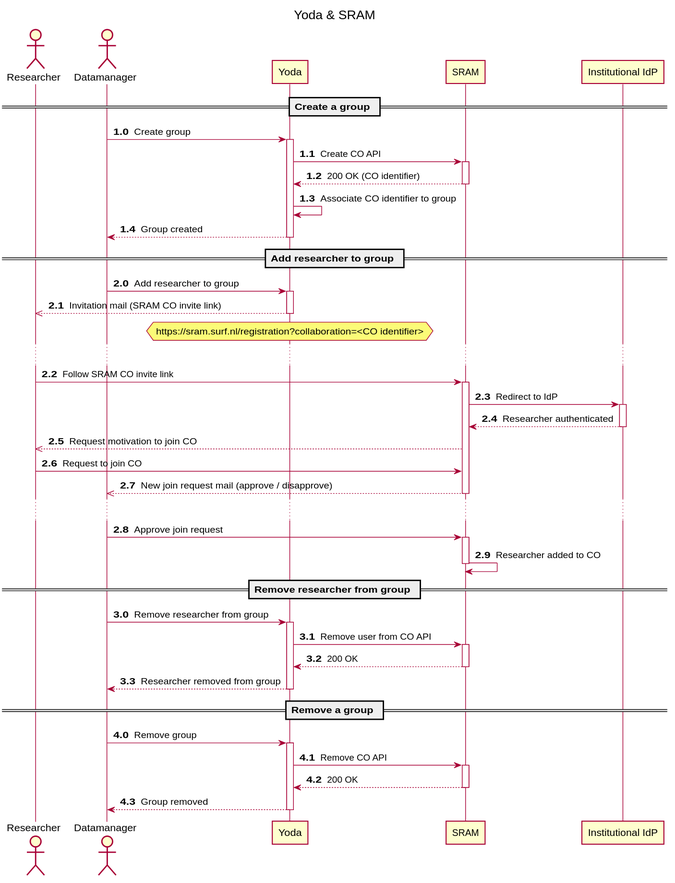
The PlantUML diagram docs/development/img/yoda-sram.svg in UtrechtUniversity/yoda, before a commit.
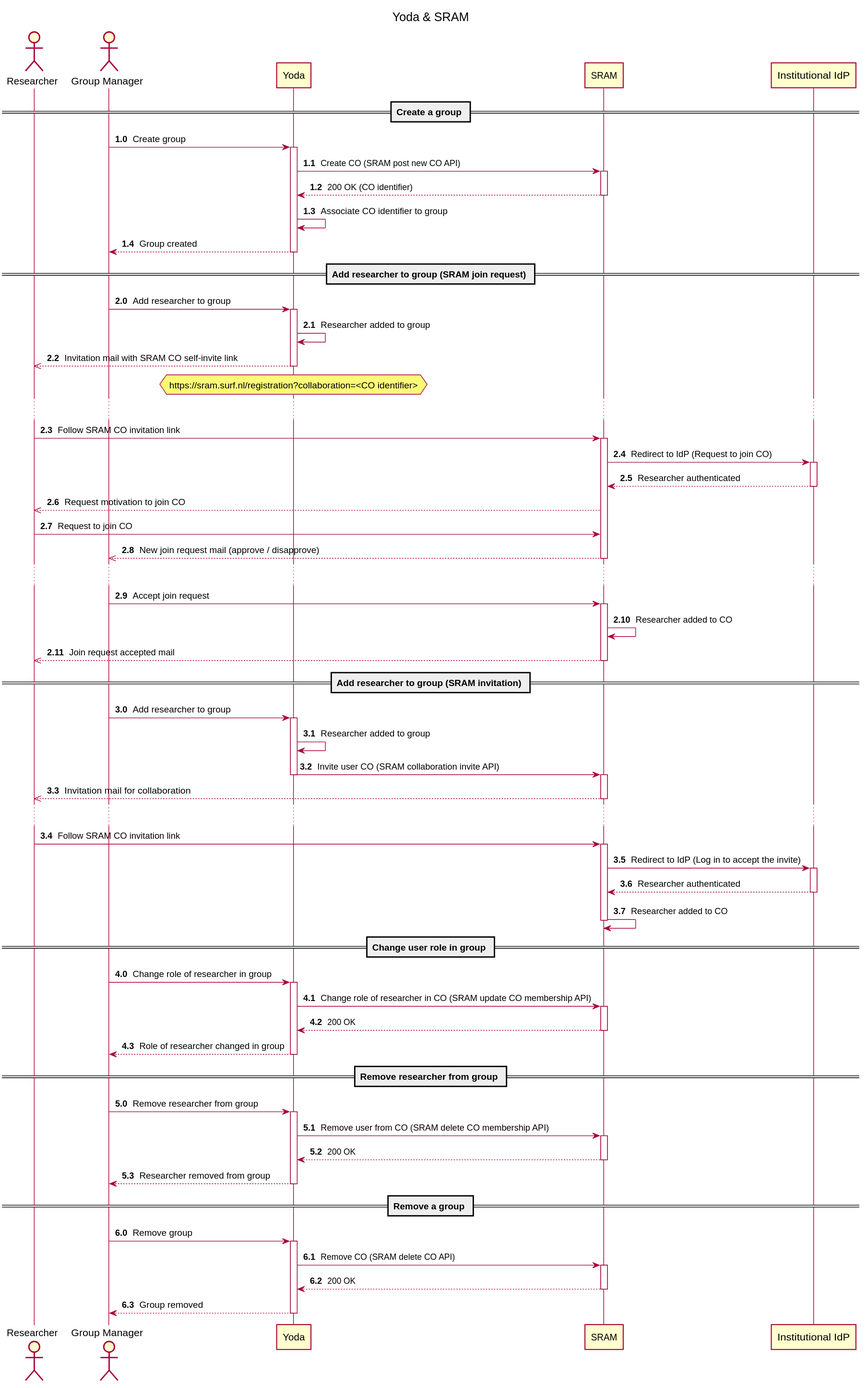
Later version of the same file.

Commit message:
SRAM: updated and added invitation flow

Change to the diagram source:
```diff
@@ -5,69 +5,102 @@
 title Yoda & SRAM
 
 actor       Researcher          as researcher
-actor       Datamanager         as datamanager
+actor       "Group Manager"     as groupmanager
 participant Yoda                as yoda
 participant SRAM                as SRAM
 participant "Institutional IdP" as IdP
 
 == Create a group ==
 autonumber 1.0
-datamanager  -> yoda        : Create group
+groupmanager  -> yoda        : Create group
 activate yoda
-yoda         -> SRAM        : Create CO API
+yoda         -> SRAM        : Create CO (SRAM post new CO API)
 activate SRAM
 SRAM        --> yoda        : 200 OK (CO identifier)
 deactivate SRAM
 yoda         -> yoda        : Associate CO identifier to group
-yoda        --> datamanager : Group created
+yoda        --> groupmanager : Group created
 deactivate yoda
 
-== Add researcher to group ==
+== Add researcher to group (SRAM join request) ==
 autonumber 2.0
-datamanager  -> yoda        : Add researcher to group
+groupmanager  -> yoda        : Add researcher to group
 activate yoda
-yoda       -->> researcher  : Invitation mail (SRAM CO invite link)
+yoda         -> yoda        : Researcher added to group
+yoda       -->> researcher  : Invitation mail with SRAM CO self-invite link
 deactivate yoda
 hnote over yoda
     https://sram.surf.nl/registration?collaboration=<CO identifier>
 endhnote
 ...
-researcher   -> SRAM        : Follow SRAM CO invite link
+researcher   -> SRAM        : Follow SRAM CO invitation link
 activate SRAM
-SRAM         -> IdP         : Redirect to IdP
+SRAM         -> IdP         : Redirect to IdP (Request to join CO)
 activate IdP
 IdP         --> SRAM        : Researcher authenticated
 deactivate IdP
 SRAM       -->> researcher  : Request motivation to join CO
 researcher   -> SRAM        : Request to join CO
-SRAM       -->> datamanager : New join request mail (approve / disapprove)
+SRAM       -->> groupmanager : New join request mail (approve / disapprove)
 deactivate SRAM
 ...
-datamanager  -> SRAM        : Approve join request
+groupmanager  -> SRAM        : Accept join request
 activate SRAM
+SRAM         -> SRAM        : Researcher added to CO
+SRAM       -->> researcher  : Join request accepted mail
+deactivate SRAM
+
+== Add researcher to group (SRAM invitation) ==
+autonumber 3.0
+groupmanager  -> yoda        : Add researcher to group
+activate yoda
+yoda         -> yoda        : Researcher added to group
+yoda         -> SRAM        : Invite user CO (SRAM collaboration invite API)
+deactivate yoda
+activate SRAM
+SRAM       -->> researcher  : Invitation mail for collaboration
+deactivate SRAM
+...
+researcher   -> SRAM        : Follow SRAM CO invitation link
+activate SRAM
+SRAM         -> IdP         : Redirect to IdP (Log in to accept the invite)
+activate IdP
+IdP         --> SRAM        : Researcher authenticated
+deactivate IdP
 SRAM         -> SRAM        : Researcher added to CO
 deactivate SRAM
 
-== Remove researcher from group ==
-autonumber 3.0
-datamanager  -> yoda        : Remove researcher from group
+== Change user role in group ==
+autonumber 4.0
+groupmanager  -> yoda        : Change role of researcher in group
 activate yoda
-yoda         -> SRAM        : Remove user from CO API
+yoda         -> SRAM        : Change role of researcher in CO (SRAM update CO membership API)
 activate SRAM
 SRAM        --> yoda        : 200 OK
 deactivate SRAM
-yoda        --> datamanager : Researcher removed from group
+yoda        --> groupmanager : Role of researcher changed in group
+deactivate yoda
+
+== Remove researcher from group ==
+autonumber 5.0
+groupmanager  -> yoda        : Remove researcher from group
+activate yoda
+yoda         -> SRAM        : Remove user from CO (SRAM delete CO membership API)
+activate SRAM
+SRAM        --> yoda        : 200 OK
+deactivate SRAM
+yoda        --> groupmanager : Researcher removed from group
 deactivate yoda
 
 == Remove a group ==
-autonumber 4.0
-datamanager  -> yoda        : Remove group
+autonumber 6.0
+groupmanager  -> yoda        : Remove group
 activate yoda
-yoda         -> SRAM        : Remove CO API
+yoda         -> SRAM        : Remove CO (SRAM delete CO API)
 activate SRAM
 SRAM        --> yoda        : 200 OK
 deactivate SRAM
-yoda        --> datamanager : Group removed
+yoda        --> groupmanager : Group removed
 deactivate yoda
 
 @enduml
```
